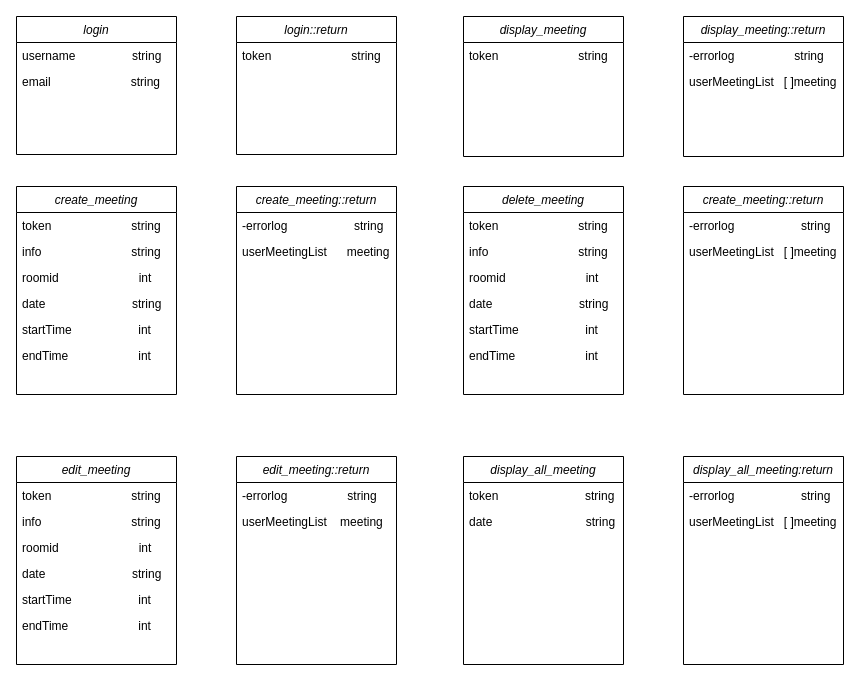
Earlier version of the draw.io diagram Untitled Diagram.drawio (b10815061/VRRA). Source tidied: cells renumbered, new cells numbered last; positions are measured from the earlier drawing's top-left corner, leaving out a move shared by most shapes. Both pictures are drawn from the tidied source at 100%, with x=0, y=0 at pixel (16, 16).
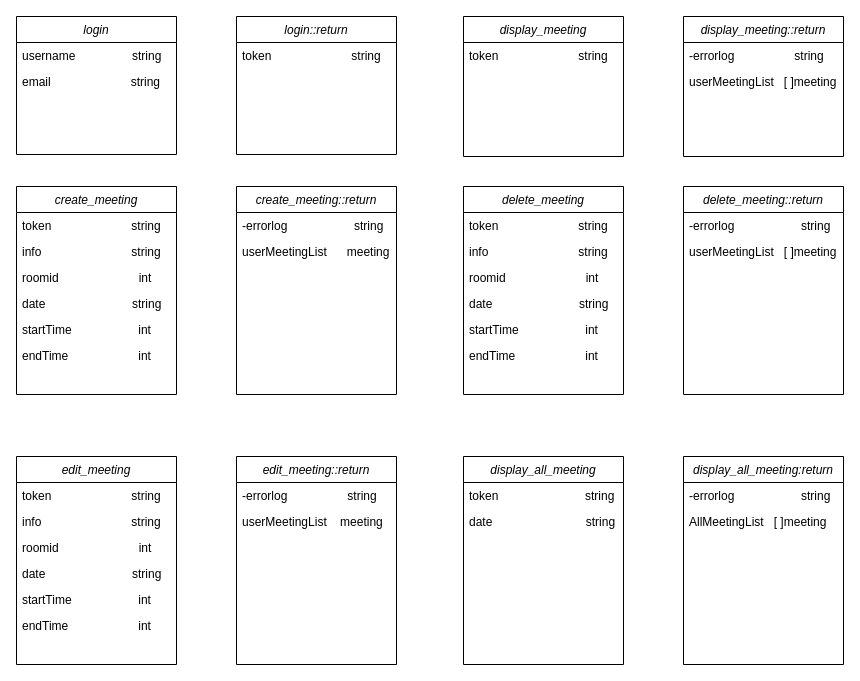
Above is the later version.

Unchanged cells that the change refers to:
```xml
<mxCell id="46" value="display_all_meeting:return" style="swimlane;fontStyle=2;align=center;verticalAlign=top;horizontal=1;startSize=26;rounded=0;shadow=0;strokeWidth=1;" parent="1" vertex="1">
  <mxGeometry x="667" y="440" width="160" height="208" as="geometry" />
</mxCell>
```

What changed in the source:
```diff
@@
-    <mxCell id="39" value="create_meeting::return" style="swimlane;fontStyle=2;align=center;verticalAlign=top;horizontal=1;startSize=26;rounded=0;shadow=0;strokeWidth=1;" parent="1" vertex="1">
+    <mxCell id="39" value="delete_meeting::return" style="swimlane;fontStyle=2;align=center;verticalAlign=top;horizontal=1;startSize=26;rounded=0;shadow=0;strokeWidth=1;" parent="1" vertex="1">
       <mxGeometry x="667" y="170" width="160" height="208" as="geometry" />
     </mxCell>
@@
-    <mxCell id="48" value="userMeetingList   [ ]meeting" style="text;align=left;verticalAlign=top;spacingLeft=4;spacingRight=4;overflow=hidden;rounded=0;shadow=0;html=0;" parent="46" vertex="1">
+    <mxCell id="48" value="AllMeetingList   [ ]meeting" style="text;align=left;verticalAlign=top;spacingLeft=4;spacingRight=4;overflow=hidden;rounded=0;shadow=0;html=0;" parent="46" vertex="1">
       <mxGeometry y="52" width="160" height="26" as="geometry" />
     </mxCell>
```
